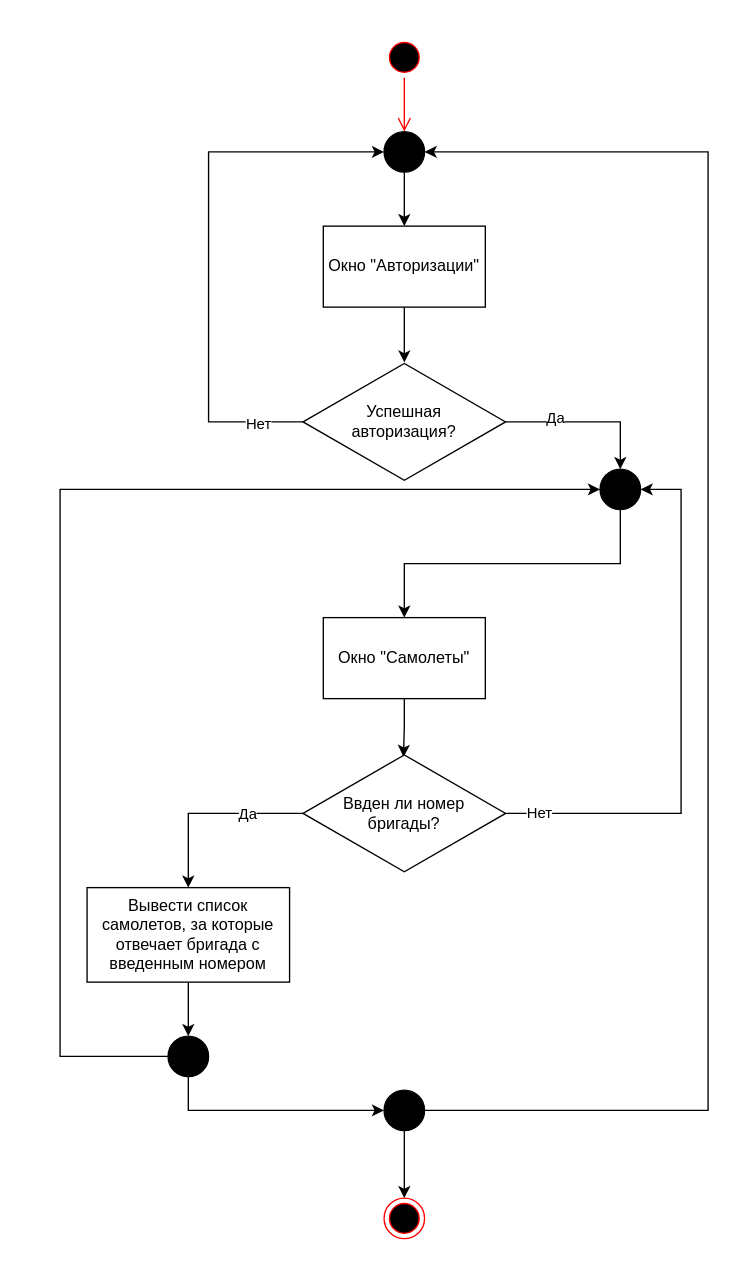
Before: page "Бригадир" (1 of 5) of Диаграммы_drawio/Сценарии_использования.drawio in CCF2P/Backend, a draw.io diagram. Source tidied: cells renumbered, new cells numbered last; positions are measured from the earlier drawing's top-left corner, leaving out a move shared by most shapes. Both pictures are drawn from the tidied source at 135%, with x=0, y=0 at pixel (59, 36).
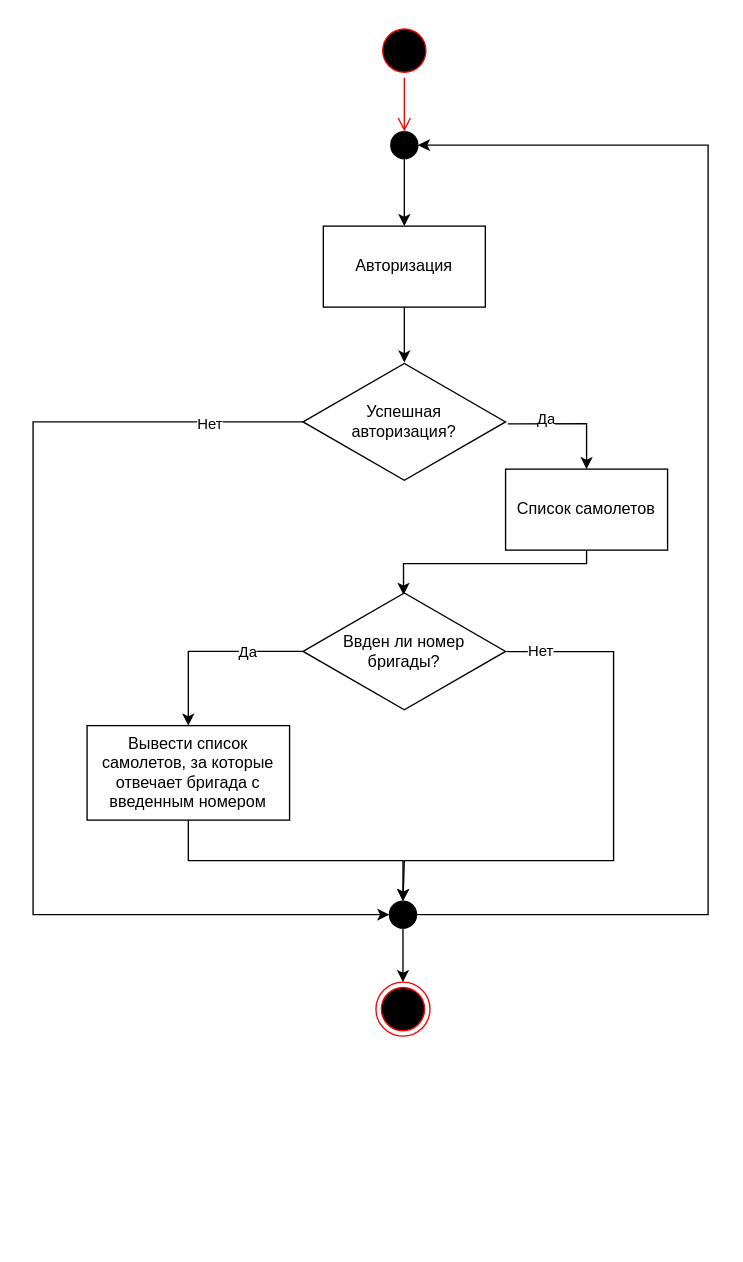
After the change.

Unchanged cells that the change refers to:
```xml
<mxCell id="24" value="Успешная&lt;br&gt;авторизация?" style="html=1;whiteSpace=wrap;shape=isoRectangle;" parent="1" vertex="1">
  <mxGeometry x="180" y="240" width="150" height="90" as="geometry" />
</mxCell>
```

What changed in the source:
```diff
@@
     <mxCell id="2" style="ellipse;html=1;shape=startState;fillColor=#000000;strokeColor=#ff0000;" parent="1" vertex="1">
-      <mxGeometry x="240" width="30" height="30" as="geometry" />
+      <mxGeometry x="235" y="-10" width="40" height="40" as="geometry" />
     </mxCell>
@@
     <mxCell id="4" style="edgeStyle=orthogonalEdgeStyle;rounded=0;jettySize=auto;html=1;exitX=0.5;exitY=1;exitDx=0;exitDy=0;entryX=0.496;entryY=0.036;entryDx=0;entryDy=0;entryPerimeter=0;" parent="1" edge="1" source="5" target="10">
-      <mxGeometry relative="1" as="geometry" />
+      <mxGeometry relative="1" as="geometry">
+        <Array as="points">
+          <mxPoint x="390" y="390" />
+          <mxPoint x="254" y="390" />
+        </Array>
+      </mxGeometry>
     </mxCell>
-    <mxCell id="5" value="Окно &quot;Самолеты&quot;" style="rounded=0;whiteSpace=wrap;html=1;" parent="1" vertex="1">
-      <mxGeometry x="195" y="430" width="120" height="60" as="geometry" />
+    <mxCell id="5" value="Список самолетов" style="rounded=0;whiteSpace=wrap;html=1;" parent="1" vertex="1">
+      <mxGeometry x="330" y="320" width="120" height="60" as="geometry" />
     </mxCell>
-    <mxCell id="6" style="edgeStyle=orthogonalEdgeStyle;rounded=0;jettySize=auto;html=1;entryX=1;entryY=0.5;entryDx=0;entryDy=0;" parent="1" edge="1" source="10" target="12">
+    <mxCell id="6" style="edgeStyle=orthogonalEdgeStyle;rounded=0;jettySize=auto;html=1;entryX=0.5;entryY=0;entryDx=0;entryDy=0;exitX=1.005;exitY=0.502;exitDx=0;exitDy=0;exitPerimeter=0;" parent="1" edge="1" source="10" target="30">
       <mxGeometry relative="1" as="geometry">
         <Array as="points">
-          <mxPoint x="460" y="575" />
-          <mxPoint x="460" y="335" />
+          <mxPoint x="410" y="455" />
+          <mxPoint x="410" y="610" />
+          <mxPoint x="255" y="610" />
         </Array>
       </mxGeometry>
     </mxCell>
@@
     <mxCell id="10" value="Ввден ли номер&lt;br&gt;бригады?" style="html=1;whiteSpace=wrap;shape=isoRectangle;" parent="1" vertex="1">
-      <mxGeometry x="180" y="530" width="150" height="90" as="geometry" />
+      <mxGeometry x="180" y="410" width="150" height="90" as="geometry" />
     </mxCell>
-    <mxCell id="11" style="edgeStyle=orthogonalEdgeStyle;rounded=0;jettySize=auto;html=1;entryX=0.5;entryY=0;entryDx=0;entryDy=0;exitX=0.5;exitY=1;exitDx=0;exitDy=0;" parent="1" edge="1" source="12" target="5">
-      <mxGeometry relative="1" as="geometry" />
-    </mxCell>
-    <mxCell id="12" style="ellipse;fillColor=strokeColor;html=1;" parent="1" vertex="1">
-      <mxGeometry x="400" y="320" width="30" height="30" as="geometry" />
-    </mxCell>
-    <mxCell id="13" style="edgeStyle=orthogonalEdgeStyle;rounded=0;jettySize=auto;html=1;exitX=0.5;exitY=1;exitDx=0;exitDy=0;entryX=0.5;entryY=0;entryDx=0;entryDy=0;" parent="1" edge="1" source="14" target="18">
+    <mxCell id="13" style="edgeStyle=orthogonalEdgeStyle;rounded=0;jettySize=auto;html=1;exitX=0.5;exitY=1;exitDx=0;exitDy=0;entryX=0.5;entryY=0;entryDx=0;entryDy=0;" parent="1" edge="1" source="14" target="30">
       <mxGeometry relative="1" as="geometry" />
     </mxCell>
     <mxCell id="14" value="Вывести список&lt;br&gt;самолетов, за которые отвечает бригада с введенным номером" style="rounded=0;whiteSpace=wrap;html=1;" parent="1" vertex="1">
-      <mxGeometry x="20" y="630" width="150" height="70" as="geometry" />
+      <mxGeometry x="20" y="510" width="150" height="70" as="geometry" />
     </mxCell>
     <mxCell id="15" style="ellipse;html=1;shape=endState;fillColor=#000000;strokeColor=#ff0000;" parent="1" vertex="1">
-      <mxGeometry x="240" y="860" width="30" height="30" as="geometry" />
+      <mxGeometry x="234" y="700" width="40" height="40" as="geometry" />
     </mxCell>
-    <mxCell id="16" style="edgeStyle=orthogonalEdgeStyle;rounded=0;jettySize=auto;html=1;exitX=0;exitY=0.5;exitDx=0;exitDy=0;entryX=0;entryY=0.5;entryDx=0;entryDy=0;" parent="1" edge="1" source="18" target="12">
-      <mxGeometry relative="1" as="geometry">
-        <Array as="points">
-          <mxPoint y="755" />
-          <mxPoint y="335" />
-        </Array>
-      </mxGeometry>
-    </mxCell>
-    <mxCell id="17" style="edgeStyle=orthogonalEdgeStyle;rounded=0;jettySize=auto;html=1;entryX=0;entryY=0.5;entryDx=0;entryDy=0;exitX=0.5;exitY=1;exitDx=0;exitDy=0;" parent="1" edge="1" source="18" target="30">
-      <mxGeometry relative="1" as="geometry" />
-    </mxCell>
-    <mxCell id="18" style="ellipse;fillColor=strokeColor;html=1;" parent="1" vertex="1">
-      <mxGeometry x="80" y="740" width="30" height="30" as="geometry" />
-    </mxCell>
-    <mxCell id="19" value="Окно &quot;Авторизации&quot;" style="rounded=0;whiteSpace=wrap;html=1;" parent="1" vertex="1">
+    <mxCell id="19" value="Авторизация" style="rounded=0;whiteSpace=wrap;html=1;" parent="1" vertex="1">
       <mxGeometry x="195" y="140" width="120" height="60" as="geometry" />
     </mxCell>
-    <mxCell id="20" style="edgeStyle=orthogonalEdgeStyle;rounded=0;jettySize=auto;html=1;entryX=0;entryY=0.5;entryDx=0;entryDy=0;" parent="1" edge="1" source="24" target="26">
+    <mxCell id="20" style="edgeStyle=orthogonalEdgeStyle;rounded=0;jettySize=auto;html=1;entryX=0;entryY=0.5;entryDx=0;entryDy=0;" parent="1" edge="1" source="24" target="30">
       <mxGeometry relative="1" as="geometry">
         <Array as="points">
-          <mxPoint x="110" y="285" />
-          <mxPoint x="110" y="85" />
+          <mxPoint x="-20" y="285" />
+          <mxPoint x="-20" y="650" />
         </Array>
       </mxGeometry>
     </mxCell>
@@
-    <mxCell id="22" style="edgeStyle=orthogonalEdgeStyle;rounded=0;jettySize=auto;html=1;entryX=0.5;entryY=0;entryDx=0;entryDy=0;" parent="1" edge="1" source="24" target="12">
-      <mxGeometry relative="1" as="geometry" />
+    <mxCell id="22" style="edgeStyle=orthogonalEdgeStyle;rounded=0;jettySize=auto;html=1;entryX=0.5;entryY=0;entryDx=0;entryDy=0;exitX=1.011;exitY=0.516;exitDx=0;exitDy=0;exitPerimeter=0;" parent="1" edge="1" source="24" target="5">
+      <mxGeometry relative="1" as="geometry">
+        <Array as="points">
+          <mxPoint x="390" y="286" />
+        </Array>
+      </mxGeometry>
     </mxCell>
@@
     <mxCell id="26" style="ellipse;fillColor=strokeColor;html=1;" parent="1" vertex="1">
-      <mxGeometry x="240" y="70" width="30" height="30" as="geometry" />
+      <mxGeometry x="245" y="70" width="20" height="20" as="geometry" />
     </mxCell>
@@
     <mxCell id="29" style="edgeStyle=orthogonalEdgeStyle;rounded=0;jettySize=auto;html=1;exitX=1;exitY=0.5;exitDx=0;exitDy=0;entryX=1;entryY=0.5;entryDx=0;entryDy=0;" parent="1" edge="1" source="30" target="26">
       <mxGeometry relative="1" as="geometry">
         <Array as="points">
-          <mxPoint x="480" y="795" />
-          <mxPoint x="480" y="85" />
+          <mxPoint x="480" y="650" />
+          <mxPoint x="480" y="80" />
         </Array>
       </mxGeometry>
     </mxCell>
     <mxCell id="30" style="ellipse;fillColor=strokeColor;html=1;" parent="1" vertex="1">
-      <mxGeometry x="240" y="780" width="30" height="30" as="geometry" />
+      <mxGeometry x="244" y="640" width="20" height="20" as="geometry" />
     </mxCell>
```
